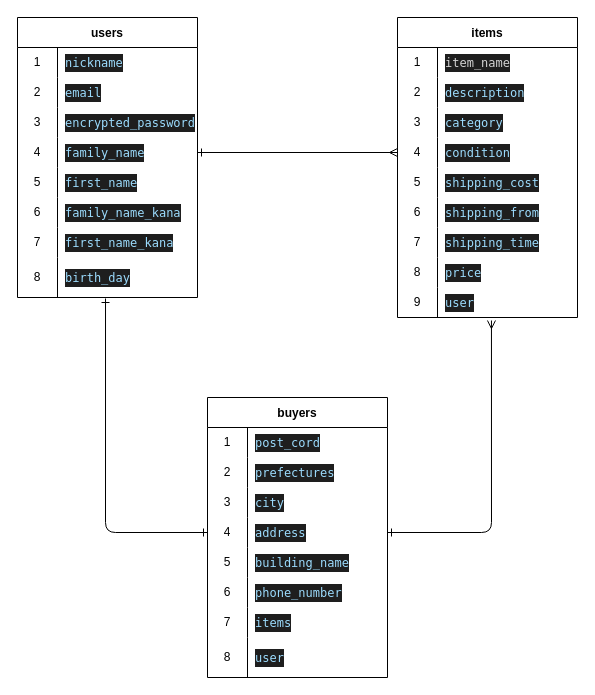
This is furima.dio from hiro8969/furima-39166, a draw.io file, before an edit. Source tidied: cells renumbered, new cells numbered last; positions are measured from the earlier drawing's top-left corner, leaving out a move shared by most shapes. Both pictures are drawn from the tidied source at 100%, with x=0, y=0 at pixel (17, 17).
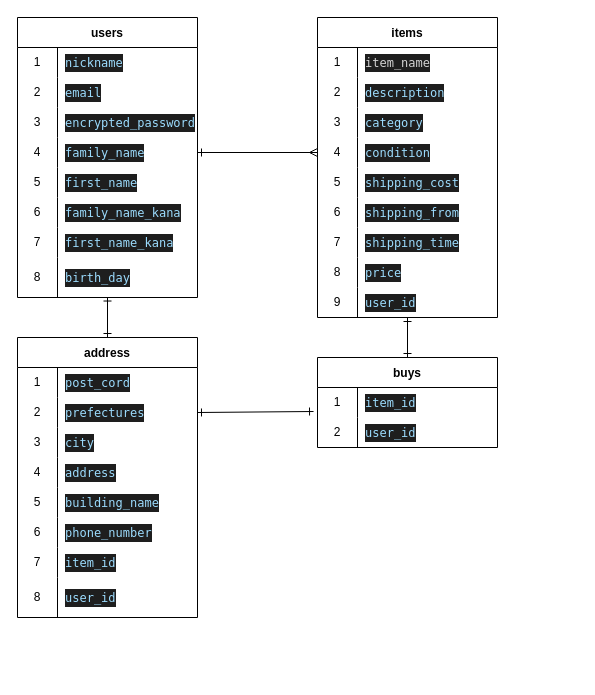
Above is the later version.

Unchanged cells that the change refers to:
```xml
<mxCell id="24" style="shape=tableRow;horizontal=0;startSize=0;swimlaneHead=0;swimlaneBody=0;top=0;left=0;bottom=0;right=0;fillColor=none;points=[[0,0.5],[1,0.5]];portConstraint=eastwest;" parent="2" vertex="1">
  <mxGeometry y="240" width="180" height="40" as="geometry" />
</mxCell>
<mxCell id="52" style="shape=tableRow;horizontal=0;startSize=0;swimlaneHead=0;swimlaneBody=0;top=0;left=0;bottom=0;right=0;fillColor=none;points=[[0,0.5],[1,0.5]];portConstraint=eastwest;" parent="27" vertex="1">
  <mxGeometry y="270" width="180" height="30" as="geometry" />
</mxCell>
<mxCell id="59" style="shape=tableRow;horizontal=0;startSize=0;swimlaneHead=0;swimlaneBody=0;top=0;left=0;bottom=0;right=0;fillColor=none;points=[[0,0.5],[1,0.5]];portConstraint=eastwest;" parent="55" vertex="1">
  <mxGeometry y="60" width="180" height="30" as="geometry" />
</mxCell>
<mxCell id="65" style="shape=tableRow;horizontal=0;startSize=0;swimlaneHead=0;swimlaneBody=0;top=0;left=0;bottom=0;right=0;fillColor=none;points=[[0,0.5],[1,0.5]];portConstraint=eastwest;" parent="55" vertex="1">
  <mxGeometry y="120" width="180" height="30" as="geometry" />
</mxCell>
<mxCell id="74" style="shape=tableRow;horizontal=0;startSize=0;swimlaneHead=0;swimlaneBody=0;top=0;left=0;bottom=0;right=0;fillColor=none;" parent="55" vertex="1">
  <mxGeometry y="210" width="180" height="30" as="geometry" />
</mxCell>
<mxCell id="77" style="shape=tableRow;horizontal=0;startSize=0;swimlaneHead=0;swimlaneBody=0;top=0;left=0;bottom=0;right=0;fillColor=none;" parent="55" vertex="1">
  <mxGeometry y="240" width="180" height="40" as="geometry" />
</mxCell>
```

Diff of the diagram source:
```diff
@@
     <mxCell id="27" value="items" style="shape=table;startSize=30;childLayout=tableLayout;rowLines=0;fontStyle=1;" parent="1" vertex="1">
-      <mxGeometry x="380" width="180" height="300" as="geometry" />
+      <mxGeometry x="300" width="180" height="300" as="geometry" />
     </mxCell>
@@
-    <mxCell id="54" value="&lt;div style=&quot;color: rgb(212, 212, 212); background-color: rgb(30, 30, 30); font-family: Menlo, Monaco, &amp;quot;Courier New&amp;quot;, monospace; line-height: 18px;&quot;&gt;&lt;span style=&quot;color: #9cdcfe;&quot;&gt;user&lt;/span&gt;&lt;/div&gt;" style="shape=partialRectangle;html=1;whiteSpace=wrap;fillColor=none;top=0;left=0;bottom=0;right=0;align=left;spacingLeft=6;overflow=hidden;" parent="52" vertex="1">
+    <mxCell id="54" value="&lt;div style=&quot;color: rgb(212, 212, 212); background-color: rgb(30, 30, 30); font-family: Menlo, Monaco, &amp;quot;Courier New&amp;quot;, monospace; line-height: 18px;&quot;&gt;&lt;span style=&quot;color: #9cdcfe;&quot;&gt;user_id&lt;/span&gt;&lt;/div&gt;" style="shape=partialRectangle;html=1;whiteSpace=wrap;fillColor=none;top=0;left=0;bottom=0;right=0;align=left;spacingLeft=6;overflow=hidden;" parent="52" vertex="1">
       <mxGeometry x="40" width="140" height="30" as="geometry" />
     </mxCell>
+    <mxCell id="83" style="edgeStyle=none;html=1;exitX=0.5;exitY=0;exitDx=0;exitDy=0;entryX=0.5;entryY=0.988;entryDx=0;entryDy=0;entryPerimeter=0;startArrow=ERone;startFill=0;endArrow=ERone;endFill=0;" parent="1" edge="1" source="55" target="24">
+      <mxGeometry relative="1" as="geometry" />
+    </mxCell>
-    <mxCell id="55" value="buyers" style="shape=table;startSize=30;childLayout=tableLayout;rowLines=0;fontStyle=1;" parent="1" vertex="1">
-      <mxGeometry x="190" y="380" width="180" height="280" as="geometry" />
+    <mxCell id="55" value="address" style="shape=table;startSize=30;childLayout=tableLayout;rowLines=0;fontStyle=1;" parent="1" vertex="1">
+      <mxGeometry y="320" width="180" height="280" as="geometry" />
     </mxCell>
@@
-    <mxCell id="76" value="&lt;div style=&quot;color: rgb(212, 212, 212); background-color: rgb(30, 30, 30); font-family: Menlo, Monaco, &amp;quot;Courier New&amp;quot;, monospace; line-height: 18px;&quot;&gt;&lt;div style=&quot;line-height: 18px;&quot;&gt;&lt;div style=&quot;line-height: 18px;&quot;&gt;&lt;span style=&quot;color: #9cdcfe;&quot;&gt;items&lt;/span&gt;&lt;/div&gt;&lt;/div&gt;&lt;/div&gt;" style="shape=partialRectangle;html=1;whiteSpace=wrap;fillColor=none;top=0;left=0;bottom=0;right=0;align=left;spacingLeft=6;overflow=hidden;" parent="74" vertex="1">
+    <mxCell id="76" value="&lt;div style=&quot;color: rgb(212, 212, 212); background-color: rgb(30, 30, 30); font-family: Menlo, Monaco, &amp;quot;Courier New&amp;quot;, monospace; line-height: 18px;&quot;&gt;&lt;div style=&quot;line-height: 18px;&quot;&gt;&lt;div style=&quot;line-height: 18px;&quot;&gt;&lt;span style=&quot;color: #9cdcfe;&quot;&gt;item_id&lt;/span&gt;&lt;/div&gt;&lt;/div&gt;&lt;/div&gt;" style="shape=partialRectangle;html=1;whiteSpace=wrap;fillColor=none;top=0;left=0;bottom=0;right=0;align=left;spacingLeft=6;overflow=hidden;" parent="74" vertex="1">
       <mxGeometry x="40" width="140" height="30" as="geometry" />
     </mxCell>
@@
-    <mxCell id="79" value="&lt;div style=&quot;color: rgb(212, 212, 212); background-color: rgb(30, 30, 30); font-family: Menlo, Monaco, &amp;quot;Courier New&amp;quot;, monospace; line-height: 18px;&quot;&gt;&lt;div style=&quot;line-height: 18px;&quot;&gt;&lt;div style=&quot;line-height: 18px;&quot;&gt;&lt;span style=&quot;color: #9cdcfe;&quot;&gt;user&lt;/span&gt;&lt;/div&gt;&lt;/div&gt;&lt;/div&gt;" style="shape=partialRectangle;html=1;whiteSpace=wrap;fillColor=none;top=0;left=0;bottom=0;right=0;align=left;spacingLeft=6;overflow=hidden;" parent="77" vertex="1">
+    <mxCell id="79" value="&lt;div style=&quot;color: rgb(212, 212, 212); background-color: rgb(30, 30, 30); font-family: Menlo, Monaco, &amp;quot;Courier New&amp;quot;, monospace; line-height: 18px;&quot;&gt;&lt;div style=&quot;line-height: 18px;&quot;&gt;&lt;div style=&quot;line-height: 18px;&quot;&gt;&lt;span style=&quot;color: #9cdcfe;&quot;&gt;user_id&lt;/span&gt;&lt;/div&gt;&lt;/div&gt;&lt;/div&gt;" style="shape=partialRectangle;html=1;whiteSpace=wrap;fillColor=none;top=0;left=0;bottom=0;right=0;align=left;spacingLeft=6;overflow=hidden;" parent="77" vertex="1">
       <mxGeometry x="40" width="140" height="40" as="geometry" />
     </mxCell>
@@
-    <mxCell id="81" style="edgeStyle=none;html=1;exitX=0;exitY=0.5;exitDx=0;exitDy=0;entryX=0.489;entryY=1.025;entryDx=0;entryDy=0;entryPerimeter=0;endArrow=ERone;endFill=0;startArrow=ERone;startFill=0;targetPerimeterSpacing=5;sourcePerimeterSpacing=6;jumpSize=6;strokeWidth=1;" parent="1" edge="1" source="65" target="24">
-      <mxGeometry relative="1" as="geometry">
-        <Array as="points">
-          <mxPoint x="88" y="515" />
-        </Array>
-      </mxGeometry>
-    </mxCell>
-    <mxCell id="82" style="edgeStyle=none;jumpSize=6;html=1;exitX=1;exitY=0.5;exitDx=0;exitDy=0;entryX=0.522;entryY=1.1;entryDx=0;entryDy=0;entryPerimeter=0;strokeWidth=1;startArrow=ERone;startFill=0;endArrow=ERmany;endFill=0;sourcePerimeterSpacing=6;targetPerimeterSpacing=5;" parent="1" edge="1" source="65" target="52">
-      <mxGeometry relative="1" as="geometry">
-        <Array as="points">
-          <mxPoint x="474" y="515" />
-        </Array>
-      </mxGeometry>
-    </mxCell>
+    <mxCell id="84" style="edgeStyle=none;html=1;exitX=0.5;exitY=0;exitDx=0;exitDy=0;endArrow=ERone;endFill=0;startArrow=ERone;startFill=0;" parent="1" edge="1" source="85" target="52">
+      <mxGeometry relative="1" as="geometry" />
+    </mxCell>
+    <mxCell id="85" value="buys" style="shape=table;startSize=30;childLayout=tableLayout;rowLines=0;fontStyle=1;" parent="1" vertex="1">
+      <mxGeometry x="300" y="340" width="180" height="90" as="geometry" />
+    </mxCell>
+    <mxCell id="86" style="shape=tableRow;horizontal=0;startSize=0;swimlaneHead=0;swimlaneBody=0;top=0;left=0;bottom=0;right=0;fillColor=none;points=[[0,0.5],[1,0.5]];portConstraint=eastwest;" parent="85" vertex="1">
+      <mxGeometry y="30" width="180" height="30" as="geometry" />
+    </mxCell>
+    <mxCell id="87" value="1" style="shape=partialRectangle;html=1;whiteSpace=wrap;fillColor=none;top=0;left=0;bottom=0;right=0;overflow=hidden;" parent="86" vertex="1">
+      <mxGeometry width="40" height="30" as="geometry" />
+    </mxCell>
+    <mxCell id="88" value="&lt;div style=&quot;color: rgb(212, 212, 212); background-color: rgb(30, 30, 30); font-family: Menlo, Monaco, &amp;quot;Courier New&amp;quot;, monospace; line-height: 18px;&quot;&gt;&lt;div style=&quot;line-height: 18px;&quot;&gt;&lt;div style=&quot;line-height: 18px;&quot;&gt;&lt;div style=&quot;line-height: 18px;&quot;&gt;&lt;span style=&quot;color: #9cdcfe;&quot;&gt;item_id&lt;/span&gt;&lt;/div&gt;&lt;/div&gt;&lt;/div&gt;&lt;/div&gt;" style="shape=partialRectangle;html=1;whiteSpace=wrap;fillColor=none;top=0;left=0;bottom=0;right=0;align=left;spacingLeft=6;overflow=hidden;" parent="86" vertex="1">
+      <mxGeometry x="40" width="140" height="30" as="geometry" />
+    </mxCell>
+    <mxCell id="89" style="shape=tableRow;horizontal=0;startSize=0;swimlaneHead=0;swimlaneBody=0;top=0;left=0;bottom=0;right=0;fillColor=none;" parent="85" vertex="1">
+      <mxGeometry y="60" width="180" height="30" as="geometry" />
+    </mxCell>
+    <mxCell id="90" value="2" style="shape=partialRectangle;html=1;whiteSpace=wrap;fillColor=none;top=0;left=0;bottom=0;right=0;overflow=hidden;" parent="89" vertex="1">
+      <mxGeometry width="40" height="30" as="geometry" />
+    </mxCell>
+    <mxCell id="91" value="&lt;div style=&quot;color: rgb(212, 212, 212); background-color: rgb(30, 30, 30); font-family: Menlo, Monaco, &amp;quot;Courier New&amp;quot;, monospace; line-height: 18px;&quot;&gt;&lt;div style=&quot;line-height: 18px;&quot;&gt;&lt;div style=&quot;line-height: 18px;&quot;&gt;&lt;span style=&quot;color: #9cdcfe;&quot;&gt;user_id&lt;/span&gt;&lt;/div&gt;&lt;/div&gt;&lt;/div&gt;" style="shape=partialRectangle;html=1;whiteSpace=wrap;fillColor=none;top=0;left=0;bottom=0;right=0;align=left;spacingLeft=6;overflow=hidden;" parent="89" vertex="1">
+      <mxGeometry x="40" width="140" height="30" as="geometry" />
+    </mxCell>
+    <mxCell id="92" style="edgeStyle=none;html=1;exitX=1;exitY=0.5;exitDx=0;exitDy=0;entryX=-0.022;entryY=0.8;entryDx=0;entryDy=0;entryPerimeter=0;endArrow=ERone;endFill=0;startArrow=ERone;startFill=0;" parent="1" edge="1" source="59" target="86">
+      <mxGeometry relative="1" as="geometry" />
+    </mxCell>
```
